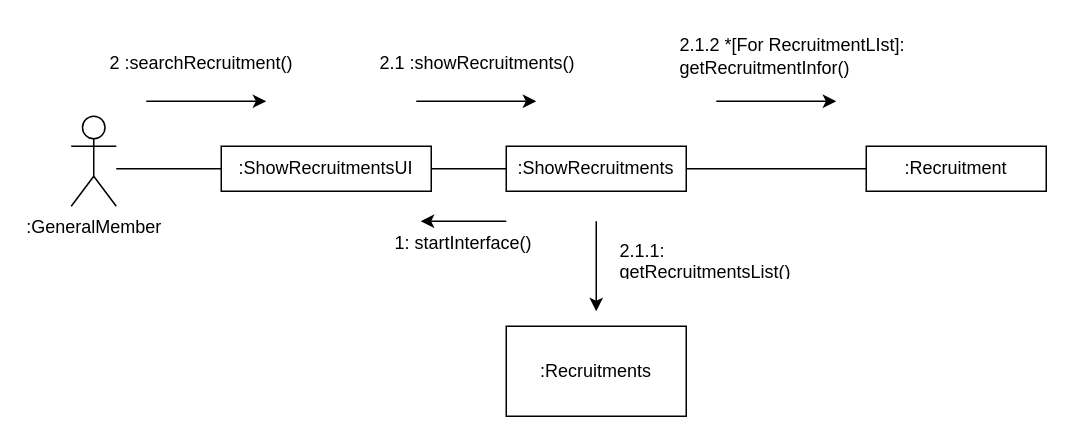
FinancialWorld16/SE_TEAM keeps this draw.io diagram as B811190_진선명/채용정보조회.drawio. Above is the earlier version. Source tidied: cells renumbered, new cells numbered last; positions are measured from the earlier drawing's top-left corner, leaving out a move shared by most shapes. Both pictures are drawn from the tidied source at 150%, with x=0, y=0 at pixel (70, 26).
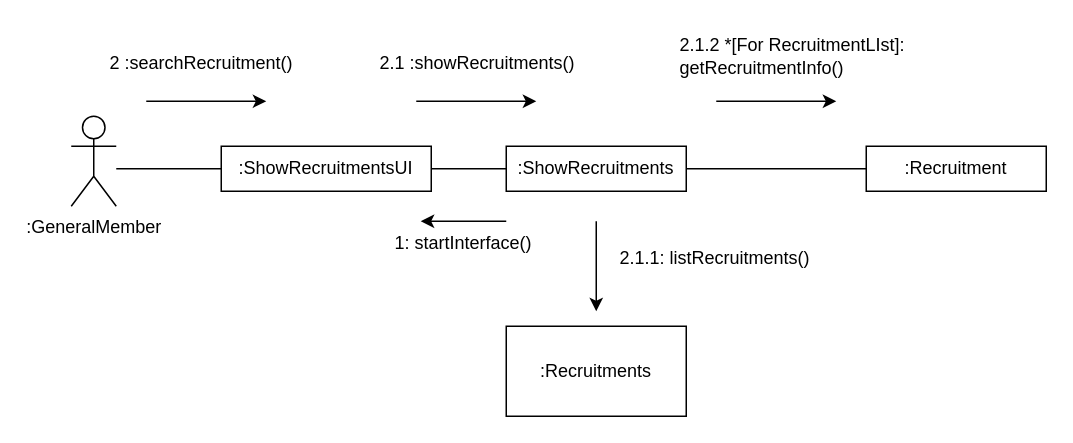
After the change.

The edit, as a diff of the source:
```diff
@@
-    <mxCell id="10" value="2.1.2 *[For RecruitmentLIst]: getRecruitmentInfor()" style="text;strokeColor=none;fillColor=none;align=left;verticalAlign=middle;spacingLeft=4;spacingRight=4;overflow=hidden;whiteSpace=wrap;html=1;" parent="1" vertex="1">
+    <mxCell id="10" value="2.1.2 *[For RecruitmentLIst]: getRecruitmentInfo()" style="text;strokeColor=none;fillColor=none;align=left;verticalAlign=middle;spacingLeft=4;spacingRight=4;overflow=hidden;whiteSpace=wrap;html=1;" parent="1" vertex="1">
       <mxGeometry x="400" width="170" height="40" as="geometry" />
     </mxCell>
@@
-    <mxCell id="19" value="2.1.1: getRecruitmentsList()" style="text;strokeColor=none;fillColor=none;align=left;verticalAlign=middle;spacingLeft=4;spacingRight=4;overflow=hidden;whiteSpace=wrap;html=1;" parent="1" vertex="1">
+    <mxCell id="19" value="2.1.1: listRecruitments()" style="text;strokeColor=none;fillColor=none;align=left;verticalAlign=middle;spacingLeft=4;spacingRight=4;overflow=hidden;whiteSpace=wrap;html=1;" parent="1" vertex="1">
       <mxGeometry x="360" y="140" width="150" height="30" as="geometry" />
     </mxCell>
```
